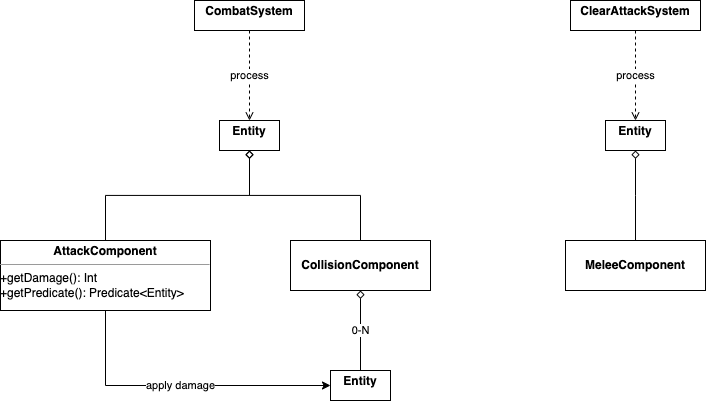
LorenzoPrati/OOP22-dim-hol keeps this draw.io diagram as latex/uml/UML_CombatSystem.png. Above is the earlier version. Source tidied: cells renumbered, new cells last; positions are measured from the earlier drawing's top-left corner, leaving out a move shared by most shapes.
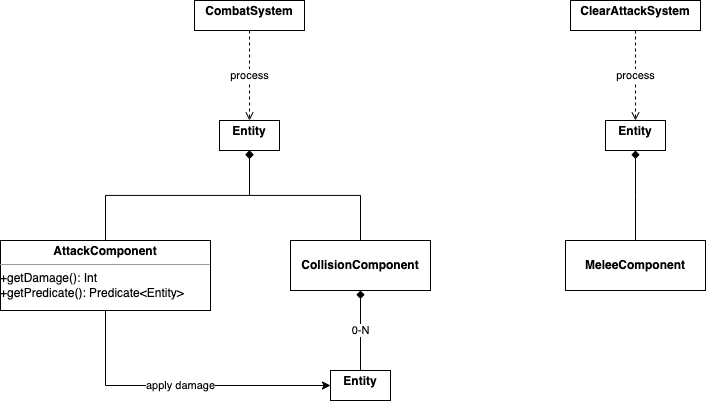
The same diagram one commit later.

The edit, as a diff of the source:
```diff
@@ -17,7 +17,7 @@
     <mxCell id="6" value="&lt;p style=&quot;margin:0px;margin-top:4px;text-align:center;&quot;&gt;&lt;b&gt;Entity&lt;/b&gt;&lt;/p&gt;" style="verticalAlign=top;align=left;overflow=fill;fontSize=12;fontFamily=Helvetica;html=1;whiteSpace=wrap;" parent="1" vertex="1">
       <mxGeometry x="219" y="120" width="60" height="30" as="geometry" />
     </mxCell>
-    <mxCell id="7" style="edgeStyle=elbowEdgeStyle;rounded=0;jettySize=auto;html=1;entryX=0.5;entryY=1;entryDx=0;entryDy=0;endArrow=diamond;endFill=0;exitX=0.5;exitY=0;exitDx=0;exitDy=0;elbow=vertical;" parent="1" edge="1" source="9" target="6">
+    <mxCell id="7" style="edgeStyle=elbowEdgeStyle;rounded=0;jettySize=auto;html=1;entryX=0.5;entryY=1;entryDx=0;entryDy=0;endArrow=diamond;endFill=1;exitX=0.5;exitY=0;exitDx=0;exitDy=0;elbow=vertical;" parent="1" edge="1" source="9" target="6">
       <mxGeometry relative="1" as="geometry" />
     </mxCell>
     <mxCell id="8" value="apply damage" style="edgeStyle=elbowEdgeStyle;rounded=0;jettySize=auto;html=1;entryX=0;entryY=0.5;entryDx=0;entryDy=0;elbow=vertical;" parent="1" edge="1" source="9" target="16">
@@ -44,10 +44,10 @@
     <mxCell id="13" value="&lt;p style=&quot;margin:0px;margin-top:4px;text-align:center;&quot;&gt;&lt;br&gt;&lt;b&gt;MeleeComponent&lt;/b&gt;&lt;/p&gt;" style="verticalAlign=top;align=left;overflow=fill;fontSize=12;fontFamily=Helvetica;html=1;whiteSpace=wrap;" parent="1" vertex="1">
       <mxGeometry x="565" y="240" width="140" height="50" as="geometry" />
     </mxCell>
-    <mxCell id="14" style="edgeStyle=elbowEdgeStyle;rounded=0;jettySize=auto;html=1;entryX=0.5;entryY=1;entryDx=0;entryDy=0;endArrow=diamond;endFill=0;exitX=0.5;exitY=0;exitDx=0;exitDy=0;elbow=vertical;" parent="1" edge="1" source="13" target="12">
+    <mxCell id="14" style="edgeStyle=elbowEdgeStyle;rounded=0;jettySize=auto;html=1;entryX=0.5;entryY=1;entryDx=0;entryDy=0;endArrow=diamond;endFill=1;exitX=0.5;exitY=0;exitDx=0;exitDy=0;elbow=vertical;" parent="1" edge="1" source="13" target="12">
       <mxGeometry relative="1" as="geometry" />
     </mxCell>
-    <mxCell id="15" value="0-N" style="rounded=0;jettySize=auto;html=1;entryX=0.5;entryY=1;entryDx=0;entryDy=0;endArrow=diamond;endFill=0;exitX=0.5;exitY=0;exitDx=0;exitDy=0;" parent="1" edge="1" source="16" target="5">
+    <mxCell id="15" value="0-N" style="rounded=0;jettySize=auto;html=1;entryX=0.5;entryY=1;entryDx=0;entryDy=0;endArrow=diamond;endFill=1;exitX=0.5;exitY=0;exitDx=0;exitDy=0;" parent="1" edge="1" source="16" target="5">
       <mxGeometry relative="1" as="geometry" />
     </mxCell>
     <mxCell id="16" value="&lt;p style=&quot;margin:0px;margin-top:4px;text-align:center;&quot;&gt;&lt;b&gt;Entity&lt;/b&gt;&lt;/p&gt;" style="verticalAlign=top;align=left;overflow=fill;fontSize=12;fontFamily=Helvetica;html=1;whiteSpace=wrap;" parent="1" vertex="1">
```
